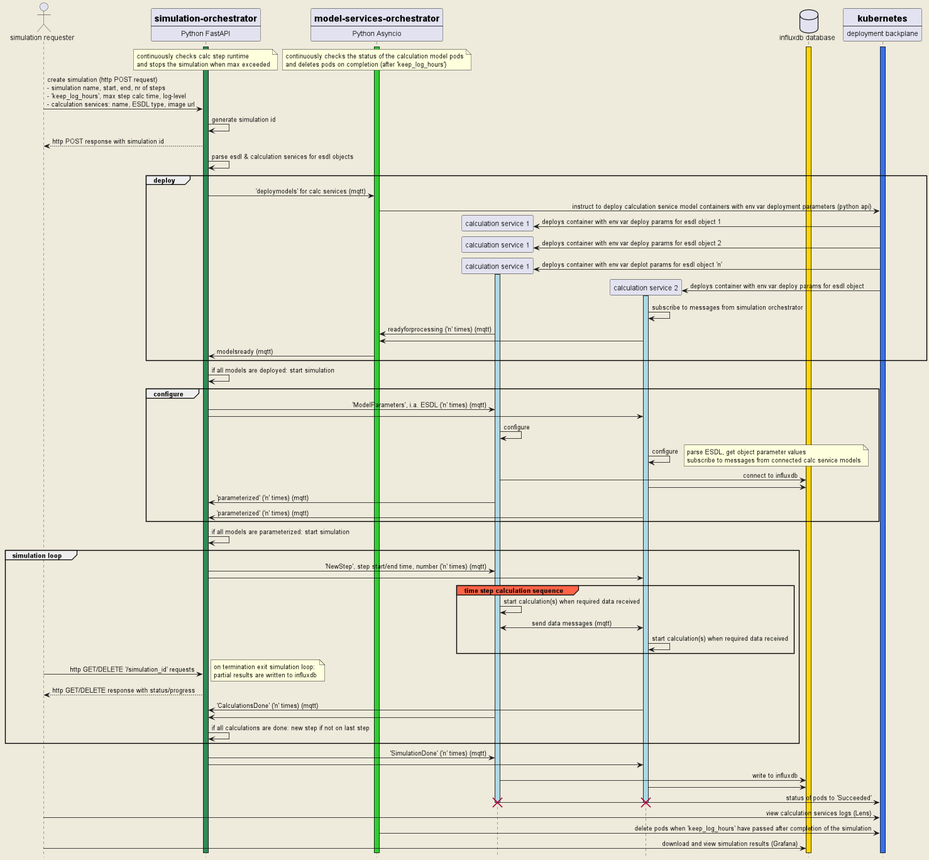
This is docs/dots_go-e_sequence_diagram.png from dots-energy/dots-simulation-orchestrator, a PlantUML export, as it was before one commit. Its diagram source:
```plantuml
@startuml
skinparam sequencemessagealign reversedirection

skinparam backgroundColor #EEEBDC

actor "simulation requester" as sim_req
participant so [
    = simulation-orchestrator
    ----
    Python FastAPI
]
participant mso [
    = model-services-orchestrator
    ----
    Python Asyncio
]
participant "calculation service 1" as model_1
participant "calculation service 2" as model_2

database "influxdb database" as influxdb
participant deploy_plane [
    = kubernetes
    ----
    deployment backplane
]

activate mso #limegreen
activate so #seagreen
activate influxdb #gold
activate deploy_plane #3970e4

note over so
    continuously checks calc step runtime
    and stops the simulation when max exceeded
end note
/ note over mso
    continuously checks the status of the calculation model pods
    and deletes pods on completion (after 'keep_log_hours')
end note

sim_req -> so : create simulation (http POST request) \n- simulation name, start, end, nr of steps \n- 'keep_log_hours', max step calc time, log-level \n- calculation services: name, ESDL type, image url

so -> so : generate simulation id
so --> sim_req : http POST response with simulation id
so -> so : parse esdl & calculation services for esdl objects

group deploy
so -> mso : 'deploymodels' for calc services (mqtt)

mso -> deploy_plane : instruct to deploy calculation service model containers with env var deployment parameters (python api)

create model_1
deploy_plane -> model_1 : deploys container with env var deploy params for esdl object 1
create model_1
deploy_plane -> model_1 : deploys container with env var deploy params for esdl object 2
create model_1
deploy_plane -> model_1 : deploys container with env var deplot params for esdl object 'n'
activate model_1 #lightblue
create model_2
deploy_plane -> model_2 : deploys container with env var deploy params for esdl object
activate model_2 #lightblue

model_2 -> model_2 : subscribe to messages from simulation orchestrator
model_1 -> mso : readyforprocessing ('n' times) (mqtt)
model_2 -> mso

mso -> so : modelsready (mqtt)
end

so -> so : if all models are deployed: start simulation

group configure
so -> model_1 : 'ModelParameters', i.a. ESDL ('n' times) (mqtt)
so -> model_2 :

model_1 -> model_1 : configure
model_2 -> model_2 : configure
    note right
        parse ESDL, get object parameter values
        subscribe to messages from connected calc service models
    end note

model_1 -> influxdb : connect to influxdb
model_2 -> influxdb

model_1 -> so : 'parameterized' ('n' times) (mqtt)
model_2 -> so : 'parameterized' ('n' times) (mqtt)

end

so -> so : if all models are parameterized: start simulation

group simulation loop
so -> model_1 : 'NewStep', step start/end time, number ('n' times) (mqtt)
so -> model_2 :

group#tomato time step calculation sequence
model_1 -> model_1 : start calculation(s) when required data received
model_1 <-> model_2 : send data messages (mqtt)
model_2 -> model_2 : start calculation(s) when required data received
end

sim_req -> so: http GET/DELETE '/simulation_id' requests
    note right
       on termination exit simulation loop:
       partial results are written to influxdb
    end note
so --> sim_req: http GET/DELETE response with status/progress

model_2 -> so : 'CalculationsDone' ('n' times) (mqtt)
model_1 -> so :

so -> so : if all calculations are done: new step if not on last step
end

so -> model_1 : 'SimulationDone' ('n' times) (mqtt)
so -> model_2 :
model_1 -> influxdb : write to influxdb
model_2 -> influxdb :
model_1 -> deploy_plane : status of pods to 'Succeeded'
deactivate model_1
destroy model_1
deactivate model_2
destroy model_2

sim_req -> deploy_plane : view calculation services logs (Lens)
mso -> deploy_plane : delete pods when 'keep_log_hours' have passed after completion of the simulation

sim_req -> influxdb : download and view simulation results (Grafana)

hide footbox
@enduml
```
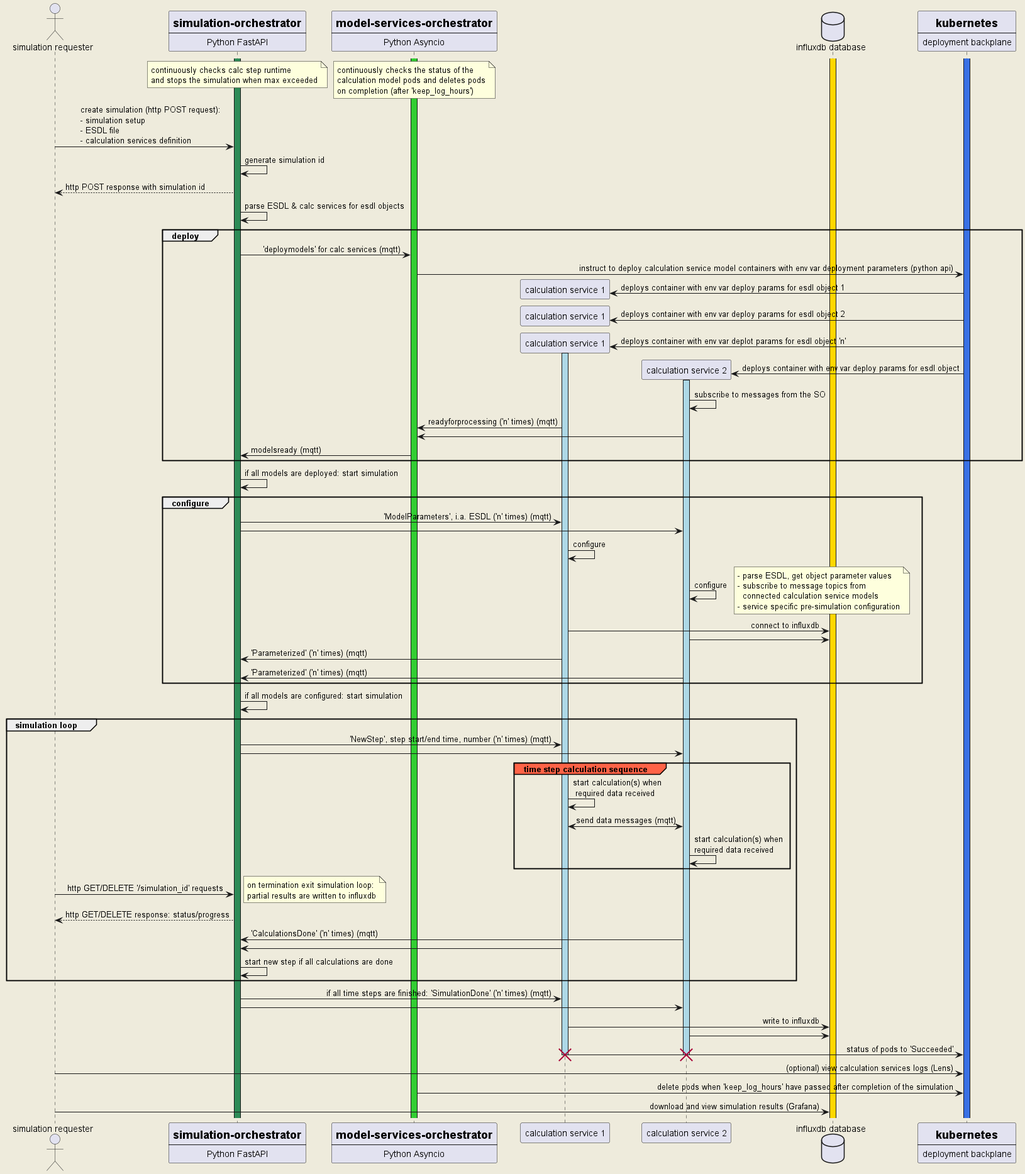
The same diagram one commit later.

Commit message:
sequence diagram fix

sequence diagram fix

sequence diagram fix

sequence diagram fix

sequence diagram fix

What changed in the source:
```diff
@@ -34,86 +34,87 @@
     and stops the simulation when max exceeded
 end note
 / note over mso
-    continuously checks the status of the calculation model pods
-    and deletes pods on completion (after 'keep_log_hours')
+    continuously checks the status of the
+    calculation model pods and deletes pods
+    on completion (after 'keep_log_hours')
 end note
 
-sim_req -> so : create simulation (http POST request) \n- simulation name, start, end, nr of steps \n- 'keep_log_hours', max step calc time, log-level \n- calculation services: name, ESDL type, image url
+sim_req -> so : create simulation (http POST request): \n- simulation setup\n- ESDL file \n- calculation services definition
 
 so -> so : generate simulation id
 so --> sim_req : http POST response with simulation id
-so -> so : parse esdl & calculation services for esdl objects
+so -> so : parse ESDL & calc services for esdl objects
 
-group deploy
-so -> mso : 'deploymodels' for calc services (mqtt)
+    group deploy
+    so -> mso : 'deploymodels' for calc services (mqtt)
+    mso -> deploy_plane : instruct to deploy calculation service model containers with env var deployment parameters (python api)
 
-mso -> deploy_plane : instruct to deploy calculation service model containers with env var deployment parameters (python api)
+    create model_1
+    deploy_plane -> model_1 : deploys container with env var deploy params for esdl object 1
+    create model_1
+    deploy_plane -> model_1 : deploys container with env var deploy params for esdl object 2
+    create model_1
+    deploy_plane -> model_1 : deploys container with env var deplot params for esdl object 'n'
+    activate model_1 #lightblue
+    create model_2
+    deploy_plane -> model_2 : deploys container with env var deploy params for esdl object
+    activate model_2 #lightblue
 
-create model_1
-deploy_plane -> model_1 : deploys container with env var deploy params for esdl object 1
-create model_1
-deploy_plane -> model_1 : deploys container with env var deploy params for esdl object 2
-create model_1
-deploy_plane -> model_1 : deploys container with env var deplot params for esdl object 'n'
-activate model_1 #lightblue
-create model_2
-deploy_plane -> model_2 : deploys container with env var deploy params for esdl object
-activate model_2 #lightblue
+    model_2 -> model_2 : subscribe to messages from the SO
+    model_1 -> mso : readyforprocessing ('n' times) (mqtt)
+    model_2 -> mso
 
-model_2 -> model_2 : subscribe to messages from simulation orchestrator
-model_1 -> mso : readyforprocessing ('n' times) (mqtt)
-model_2 -> mso
-
-mso -> so : modelsready (mqtt)
-end
+    mso -> so : modelsready (mqtt)
+    end
 
 so -> so : if all models are deployed: start simulation
 
-group configure
-so -> model_1 : 'ModelParameters', i.a. ESDL ('n' times) (mqtt)
-so -> model_2 :
+    group configure
+    so -> model_1 : 'ModelParameters', i.a. ESDL ('n' times) (mqtt)
+    so -> model_2 :
 
-model_1 -> model_1 : configure
-model_2 -> model_2 : configure
-    note right
-        parse ESDL, get object parameter values
-        subscribe to messages from connected calc service models
-    end note
+    model_1 -> model_1 : configure
+    model_2 -> model_2 : configure
+        note right
+            - parse ESDL, get object parameter values
+            - subscribe to message topics from
+              connected calculation service models
+            - service specific pre-simulation configuration
+        end note
 
-model_1 -> influxdb : connect to influxdb
-model_2 -> influxdb
+    model_1 -> influxdb : connect to influxdb
+    model_2 -> influxdb
 
-model_1 -> so : 'parameterized' ('n' times) (mqtt)
-model_2 -> so : 'parameterized' ('n' times) (mqtt)
+    model_1 -> so : 'Parameterized' ('n' times) (mqtt)
+    model_2 -> so : 'Parameterized' ('n' times) (mqtt)
+    end
 
-end
+so -> so : if all models are configured: start simulation
 
-so -> so : if all models are parameterized: start simulation
+    group simulation loop
+    so -> model_1 : 'NewStep', step start/end time, number ('n' times) (mqtt)
+    so -> model_2 :
 
-group simulation loop
-so -> model_1 : 'NewStep', step start/end time, number ('n' times) (mqtt)
-so -> model_2 :
+        group#tomato time step calculation sequence
+        model_1 -> model_1 : start calculation(s) when\n required data received
+        model_1 <-> model_2 : send data messages (mqtt)
+        model_2 -> model_2 : start calculation(s) when\nrequired data received
+        end
 
-group#tomato time step calculation sequence
-model_1 -> model_1 : start calculation(s) when required data received
-model_1 <-> model_2 : send data messages (mqtt)
-model_2 -> model_2 : start calculation(s) when required data received
-end
+    sim_req -> so: http GET/DELETE '/simulation_id' requests
+        note right
+           on termination exit simulation loop:
+           partial results are written to influxdb
+        end note
+    so --> sim_req: http GET/DELETE response: status/progress
 
-sim_req -> so: http GET/DELETE '/simulation_id' requests
-    note right
-       on termination exit simulation loop:
-       partial results are written to influxdb
-    end note
-so --> sim_req: http GET/DELETE response with status/progress
+    model_2 -> so : 'CalculationsDone' ('n' times) (mqtt)
+    model_1 -> so :
 
-model_2 -> so : 'CalculationsDone' ('n' times) (mqtt)
-model_1 -> so :
+    so -> so : start new step if all calculations are done
+    end
 
-so -> so : if all calculations are done: new step if not on last step
-end
-
-so -> model_1 : 'SimulationDone' ('n' times) (mqtt)
+so -> model_1 : if all time steps are finished: 'SimulationDone' ('n' times) (mqtt)
 so -> model_2 :
 model_1 -> influxdb : write to influxdb
 model_2 -> influxdb :
@@ -123,10 +124,9 @@
 deactivate model_2
 destroy model_2
 
-sim_req -> deploy_plane : view calculation services logs (Lens)
+sim_req -> deploy_plane : (optional) view calculation services logs (Lens)
 mso -> deploy_plane : delete pods when 'keep_log_hours' have passed after completion of the simulation
 
 sim_req -> influxdb : download and view simulation results (Grafana)
 
-hide footbox
 @enduml
```
